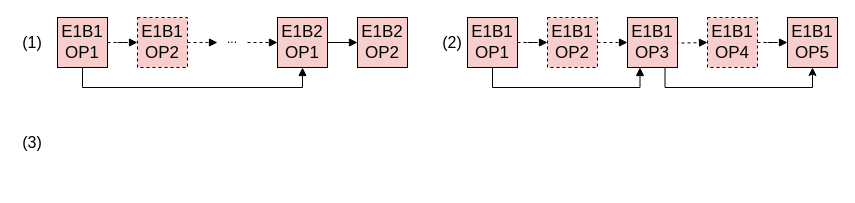
Before: fig/GC.drawio in icszhr/NCheck, a draw.io diagram. Source tidied: cells renumbered, new cells numbered last; positions are measured from the earlier drawing's top-left corner, leaving out a move shared by most shapes. Both pictures are drawn from the tidied source at 100%, with x=0, y=0 at pixel (17, 17).
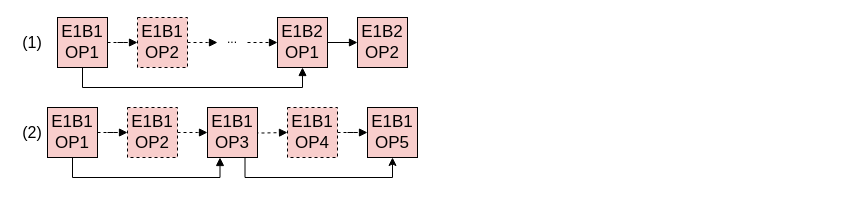
The same page after the edit.

Diff of the diagram source:
```diff
@@
     <mxCell id="13" value="&lt;font style=&quot;font-size: 16px;&quot;&gt;(2)&lt;/font&gt;" style="text;html=1;align=center;verticalAlign=middle;whiteSpace=wrap;rounded=0;" parent="1" vertex="1">
-      <mxGeometry x="420" y="10" width="30" height="30" as="geometry" />
+      <mxGeometry y="100" width="30" height="30" as="geometry" />
     </mxCell>
@@
     <mxCell id="16" value="&lt;font style=&quot;font-size: 17px;&quot;&gt;E1B1&lt;/font&gt;&lt;div&gt;&lt;span style=&quot;font-size: 17px;&quot;&gt;OP1&lt;/span&gt;&lt;/div&gt;" style="whiteSpace=wrap;html=1;fillColor=#F8CECC;" parent="1" vertex="1">
-      <mxGeometry x="450" width="50" height="50" as="geometry" />
+      <mxGeometry x="30" y="90" width="50" height="50" as="geometry" />
     </mxCell>
     <mxCell id="17" style="edgeStyle=orthogonalEdgeStyle;rounded=0;jettySize=auto;html=1;entryX=0;entryY=0.5;entryDx=0;entryDy=0;endArrow=block;endFill=1;dashed=1;" parent="1" edge="1" source="18">
       <mxGeometry relative="1" as="geometry">
-        <mxPoint x="610" y="25" as="targetPoint" />
+        <mxPoint x="190" y="115" as="targetPoint" />
       </mxGeometry>
     </mxCell>
     <mxCell id="18" value="&lt;font style=&quot;font-size: 17px;&quot;&gt;E1B1&lt;/font&gt;&lt;div&gt;&lt;font style=&quot;font-size: 17px;&quot;&gt;OP2&lt;/font&gt;&lt;/div&gt;" style="whiteSpace=wrap;html=1;fillColor=#F8CECC;dashed=1;" parent="1" vertex="1">
-      <mxGeometry x="530" width="50" height="50" as="geometry" />
+      <mxGeometry x="110" y="90" width="50" height="50" as="geometry" />
     </mxCell>
     <mxCell id="19" style="edgeStyle=orthogonalEdgeStyle;rounded=0;jettySize=auto;html=1;entryX=0;entryY=0.5;entryDx=0;entryDy=0;endArrow=block;endFill=1;dashed=1;" parent="1" edge="1" target="21">
       <mxGeometry relative="1" as="geometry">
-        <mxPoint x="640" y="25" as="sourcePoint" />
+        <mxPoint x="220" y="115" as="sourcePoint" />
       </mxGeometry>
     </mxCell>
@@
     <mxCell id="21" value="&lt;font style=&quot;font-size: 17px;&quot;&gt;E1B1&lt;/font&gt;&lt;div&gt;&lt;font style=&quot;font-size: 17px;&quot;&gt;OP4&lt;/font&gt;&lt;/div&gt;" style="whiteSpace=wrap;html=1;fillColor=#F8CECC;dashed=1;" parent="1" vertex="1">
-      <mxGeometry x="690" width="50" height="50" as="geometry" />
+      <mxGeometry x="270" y="90" width="50" height="50" as="geometry" />
     </mxCell>
     <mxCell id="22" value="&lt;font style=&quot;font-size: 17px;&quot;&gt;E1B1&lt;/font&gt;&lt;div&gt;&lt;font style=&quot;font-size: 17px;&quot;&gt;OP5&lt;/font&gt;&lt;/div&gt;" style="whiteSpace=wrap;html=1;fillColor=#F8CECC;" parent="1" vertex="1">
-      <mxGeometry x="770" width="50" height="50" as="geometry" />
+      <mxGeometry x="350" y="90" width="50" height="50" as="geometry" />
     </mxCell>
@@
     <mxCell id="24" value="&lt;font style=&quot;font-size: 17px;&quot;&gt;E1B1&lt;/font&gt;&lt;div&gt;&lt;font style=&quot;font-size: 17px;&quot;&gt;OP3&lt;/font&gt;&lt;/div&gt;" style="whiteSpace=wrap;html=1;fillColor=#F8CECC;" parent="1" vertex="1">
-      <mxGeometry x="610" width="50" height="50" as="geometry" />
+      <mxGeometry x="190" y="90" width="50" height="50" as="geometry" />
     </mxCell>
-    <mxCell id="25" value="&lt;font style=&quot;font-size: 16px;&quot;&gt;(3)&lt;/font&gt;" style="text;html=1;align=center;verticalAlign=middle;whiteSpace=wrap;rounded=0;" parent="1" vertex="1">
-      <mxGeometry y="110" width="30" height="30" as="geometry" />
-    </mxCell>
```
